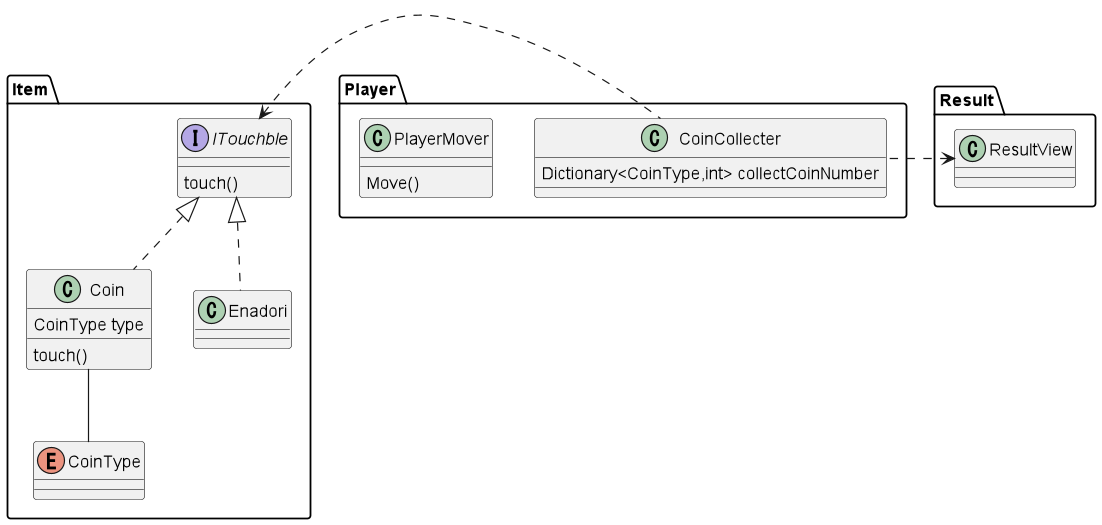
This is Assets/classDiagram/Class.png from heller77/CoinCollect_2, a PlantUML export, as it was before one commit.
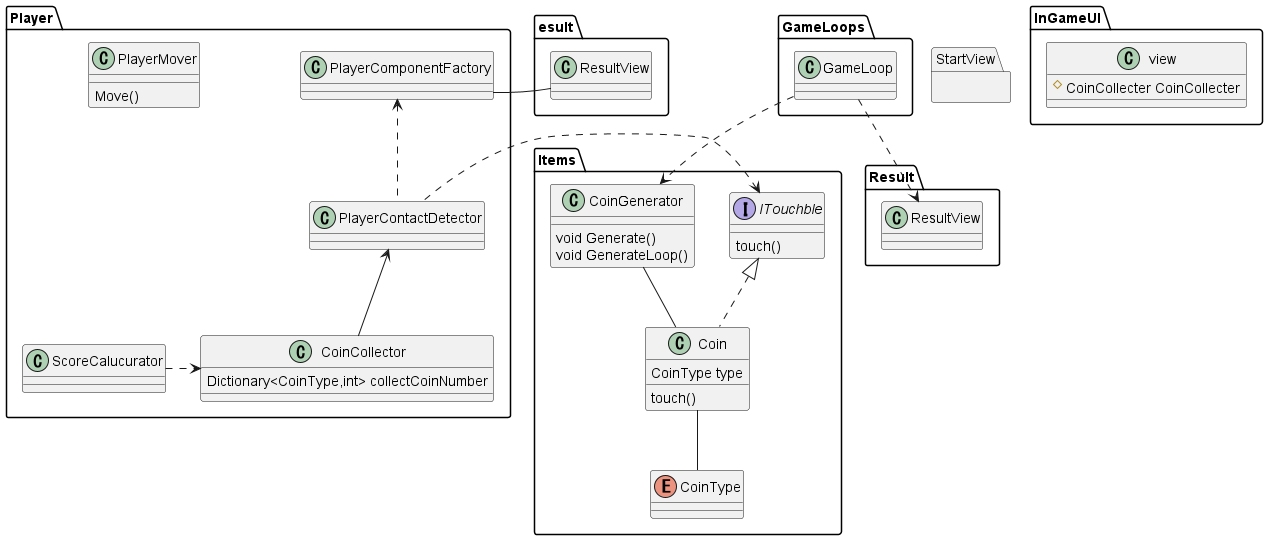
The same diagram one commit later.

Commit message:
クラス図更新

What changed in the source:
```diff
@@ -1,36 +1,67 @@
 @startuml
 namespace Player{
-    class CoinCollecter{
+    PlayerComponentFactory <.. PlayerContactDetector
+    ScoreCalucurator .> CoinCollector
+    PlayerComponentFactory -Result.ResultView
+
+    class CoinCollector{
         Dictionary<CoinType,int> collectCoinNumber
     }
     class PlayerMover{
         Move()
     }
+    class PlayerComponentFactory{
+    }
+    class PlayerContactDetector{}
+    class ScoreCalucurator{
+    }
 }
 
-Item.ITouchble <. Player.CoinCollecter
+Items.ITouchble <. Player.PlayerContactDetector
+Player.PlayerContactDetector <-- Player.CoinCollector
 
-
-namespace Item{
-    Item.ITouchble <|.. Coin
+namespace Items{
+    Items.ITouchble <|.. Coin
+    CoinGenerator -- Coin
+    Coin -- CoinType
     interface ITouchble{
         touch()
     }
-    Coin -- CoinType
+
     class Coin{
         CoinType type
         touch()
     }
-    Item.ITouchble <|.. Enadori
-    class Enadori{
+
+    class CoinGenerator{
+        void Generate()
+        void GenerateLoop()
     }
+
+
     enum CoinType{
     }
 }
-namespace Result{
-    ResultView <. Player.CoinCollecter
-    class ResultView{
+namespace InGameUI{
+    class view{
+        # CoinCollecter CoinCollecter
+
     }
 }
 
+namespace Result{
+    class ResultView{
+    }
+
+}
+
+namespace StartView{
+
+}
+namespace GameLoops{
+    GameLoop ..> Items.CoinGenerator
+    GameLoop ..> Result.ResultView
+    class GameLoop{}
+}
+
 @enduml
```
